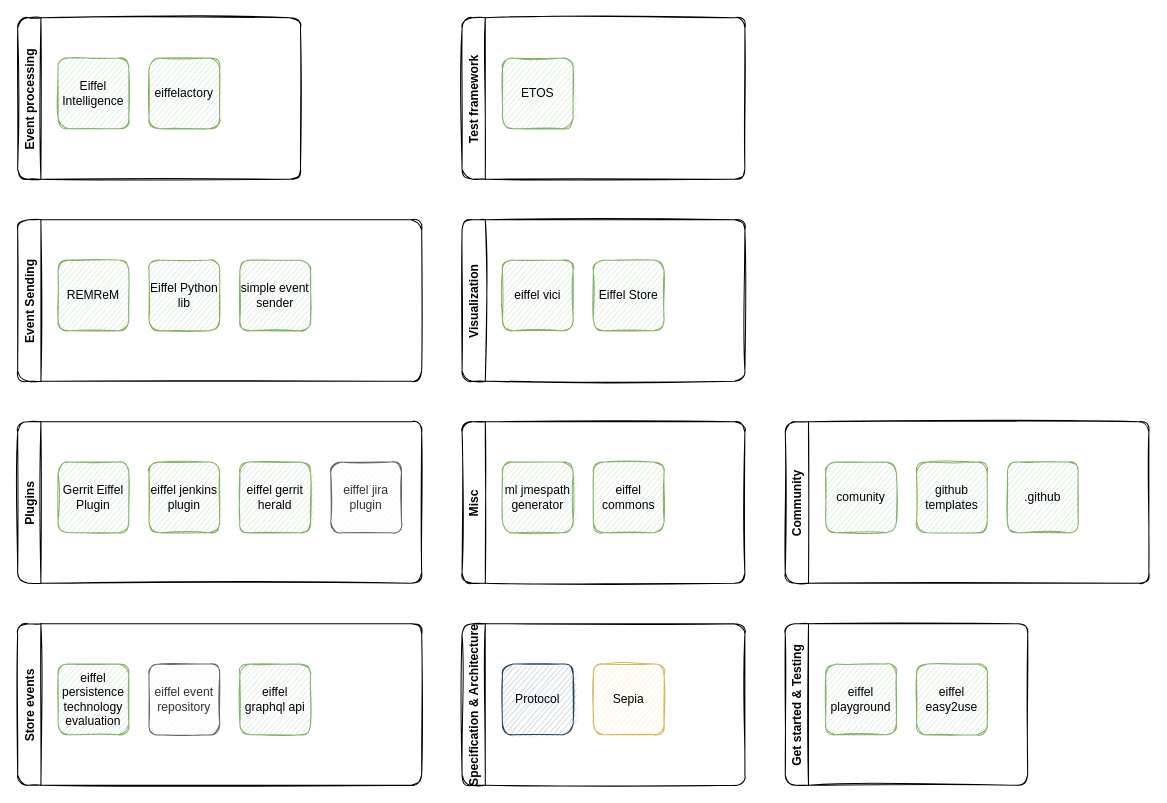
Earlier version of the draw.io diagram landscape.drawio (eiffel-community/eiffel-sepia). Source tidied: cells renumbered, new cells numbered last; positions are measured from the earlier drawing's top-left corner, leaving out a move shared by most shapes. Both pictures are drawn from the tidied source at 101%, with x=0, y=0 at pixel (17, 17).
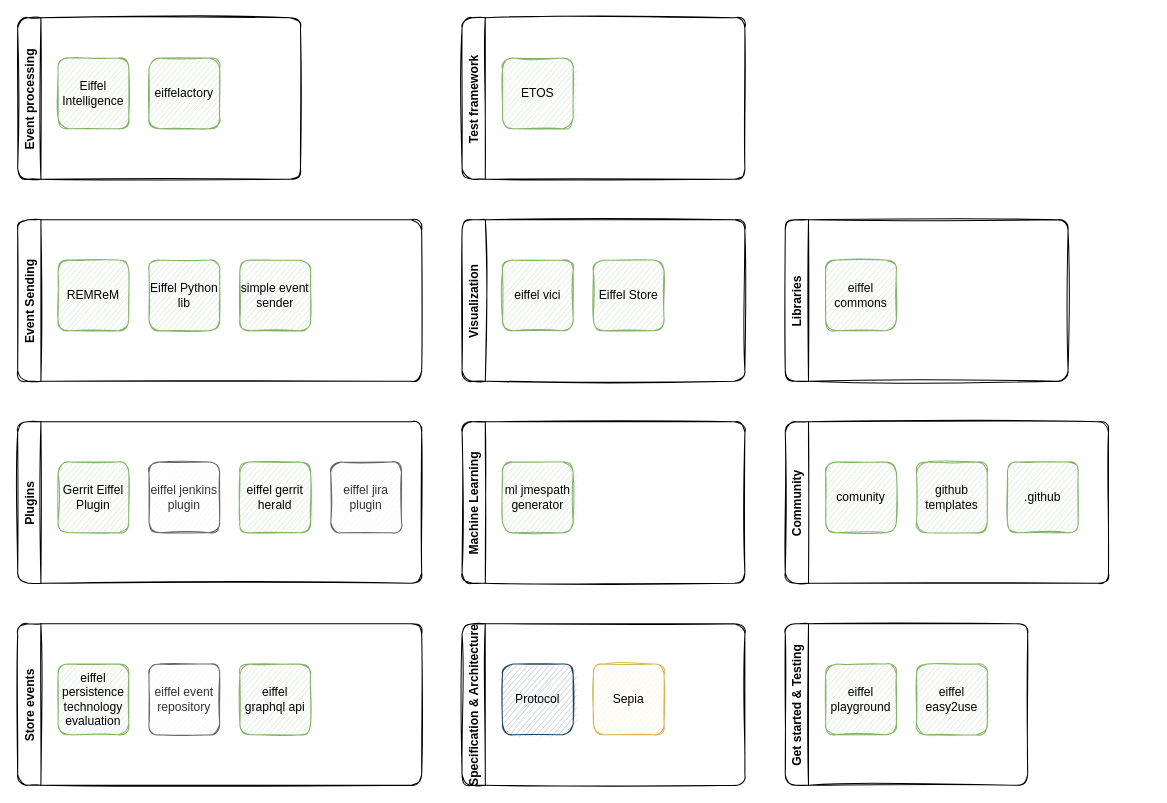
After the change.

The change refers to these unchanged cells:
```xml
<mxCell id="7" value="Plugins" style="swimlane;horizontal=0;rounded=1;sketch=1;" parent="1" vertex="1">
  <mxGeometry y="400" width="400" height="160" as="geometry" />
</mxCell>
```

Diff of the diagram source:
```diff
@@
-    <mxCell id="10" value="eiffel jenkins plugin" style="whiteSpace=wrap;html=1;sketch=1;rounded=1;fillColor=#d5e8d4;strokeColor=#82b366;" parent="7" vertex="1">
+    <mxCell id="10" value="eiffel jenkins plugin" style="whiteSpace=wrap;html=1;sketch=1;rounded=1;fillColor=#f5f5f5;strokeColor=#666666;fontColor=#333333;" parent="7" vertex="1">
       <mxGeometry x="130" y="40" width="70" height="70" as="geometry" />
     </mxCell>
@@
-    <mxCell id="14" value="Event Sending" style="swimlane;horizontal=0;rounded=1;sketch=1;" parent="1" vertex="1">
+    <mxCell id="14" value="Event Sending" style="swimlane;horizontal=0;rounded=1;sketch=1;glass=0;shadow=0;" parent="1" vertex="1">
       <mxGeometry y="200" width="400" height="160" as="geometry" />
     </mxCell>
@@
-    <mxCell id="21" value="Misc" style="swimlane;horizontal=0;rounded=1;sketch=1;" parent="1" vertex="1">
+    <mxCell id="21" value="Machine Learning" style="swimlane;horizontal=0;rounded=1;sketch=1;" parent="1" vertex="1">
       <mxGeometry x="440" y="400" width="280" height="160" as="geometry" />
     </mxCell>
@@
-    <mxCell id="23" value="eiffel commons" style="whiteSpace=wrap;html=1;sketch=1;rounded=1;fillColor=#d5e8d4;strokeColor=#82b366;" parent="21" vertex="1">
-      <mxGeometry x="130" y="40" width="70" height="70" as="geometry" />
-    </mxCell>
@@
     <mxCell id="32" value="Community" style="swimlane;horizontal=0;rounded=1;sketch=1;" parent="1" vertex="1">
-      <mxGeometry x="760" y="400" width="360" height="160" as="geometry" />
+      <mxGeometry x="760" y="400" width="320" height="160" as="geometry" />
     </mxCell>
@@
+    <mxCell id="36" value="Libraries" style="swimlane;horizontal=0;rounded=1;sketch=1;" parent="1" vertex="1">
+      <mxGeometry x="760" y="200" width="280" height="160" as="geometry" />
+    </mxCell>
+    <mxCell id="23" value="eiffel commons" style="whiteSpace=wrap;html=1;sketch=1;rounded=1;fillColor=#d5e8d4;strokeColor=#82b366;" parent="36" vertex="1">
+      <mxGeometry x="40" y="40" width="70" height="70" as="geometry" />
+    </mxCell>
```
